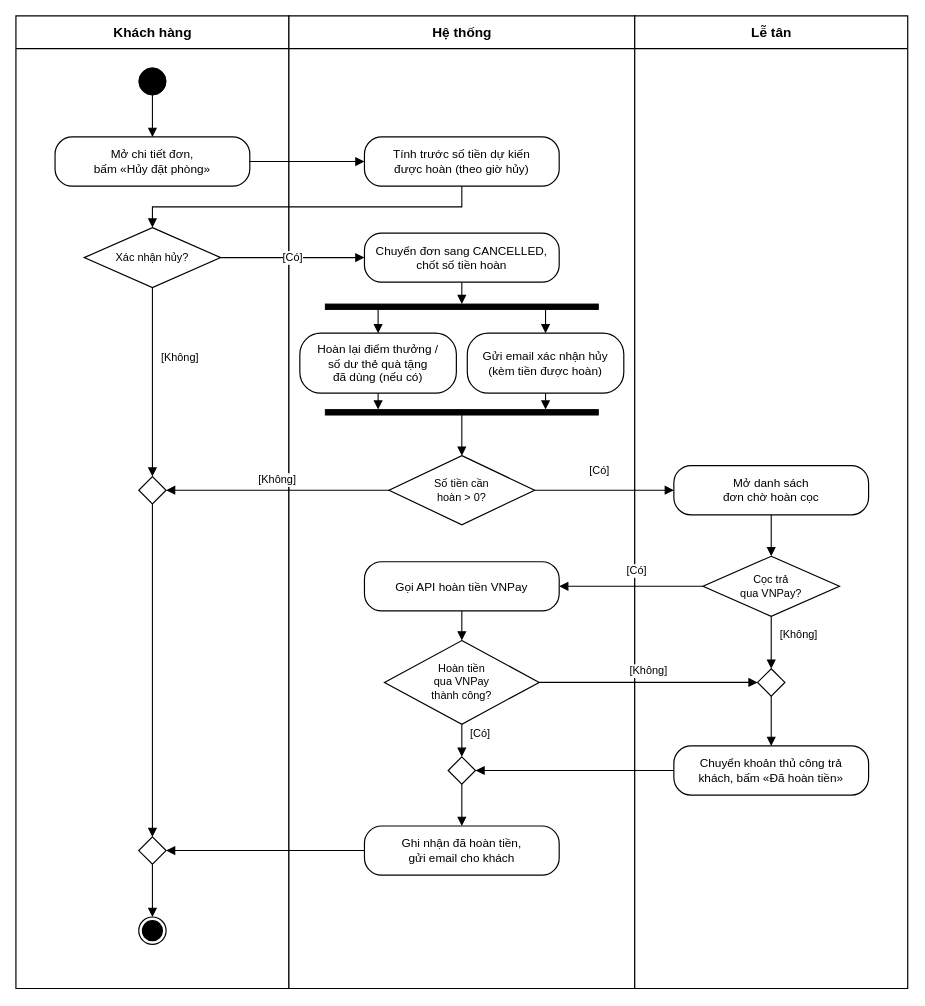
The draw.io diagram docs/thiet-ke/hd-huy-don-hoan-coc.drawio in ngynquchn2511/beach-hotel, before the edit. Source tidied: cells renumbered, new cells numbered last; positions are measured from the earlier drawing's top-left corner, leaving out a move shared by most shapes. Both pictures are drawn from the tidied source at 91%, with x=0, y=0 at pixel (15, 15).
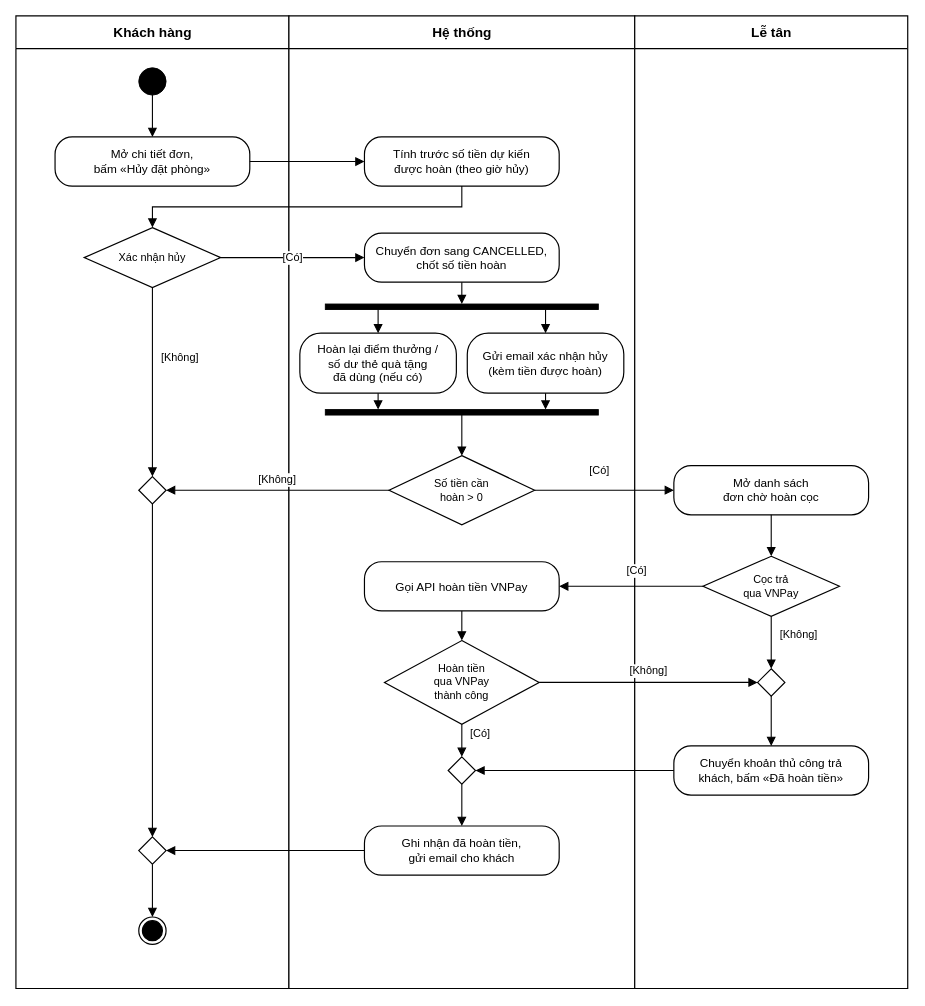
Above is the later version.

Change to the diagram source:
```diff
@@
-    <mxCell id="8" value="Xác nhận hủy?" style="fontFamily=Arial;fontColor=#000000;rhombus;whiteSpace=wrap;html=1;fillColor=#FFFFFF;strokeColor=#000000;strokeWidth=1.3;fontSize=12;" parent="1" vertex="1">
+    <mxCell id="8" value="Xác nhận hủy" style="fontFamily=Arial;fontColor=#000000;rhombus;whiteSpace=wrap;html=1;fillColor=#FFFFFF;strokeColor=#000000;strokeWidth=1.3;fontSize=12;" parent="1" vertex="1">
       <mxGeometry x="75" y="232.6" width="150" height="66" as="geometry" />
     </mxCell>
@@
-    <mxCell id="10" value="Số tiền cần&lt;br&gt;hoàn &gt; 0?" style="fontFamily=Arial;fontColor=#000000;rhombus;whiteSpace=wrap;html=1;fillColor=#FFFFFF;strokeColor=#000000;strokeWidth=1.3;fontSize=12;" parent="1" vertex="1">
+    <mxCell id="10" value="Số tiền cần&lt;br&gt;hoàn &amp;gt; 0" style="fontFamily=Arial;fontColor=#000000;rhombus;whiteSpace=wrap;html=1;fillColor=#FFFFFF;strokeColor=#000000;strokeWidth=1.3;fontSize=12;" parent="1" vertex="1">
       <mxGeometry x="410" y="483.2" width="160" height="76" as="geometry" />
     </mxCell>
@@
-    <mxCell id="13" value="Cọc trả&lt;br&gt;qua VNPay?" style="fontFamily=Arial;fontColor=#000000;rhombus;whiteSpace=wrap;html=1;fillColor=#FFFFFF;strokeColor=#000000;strokeWidth=1.3;fontSize=12;" parent="1" vertex="1">
+    <mxCell id="13" value="Cọc trả&lt;br&gt;qua VNPay" style="fontFamily=Arial;fontColor=#000000;rhombus;whiteSpace=wrap;html=1;fillColor=#FFFFFF;strokeColor=#000000;strokeWidth=1.3;fontSize=12;" parent="1" vertex="1">
       <mxGeometry x="755" y="593.8" width="150" height="66" as="geometry" />
     </mxCell>
@@
-    <mxCell id="15" value="Hoàn tiền&lt;br&gt;qua VNPay&lt;br&gt;thành công?" style="fontFamily=Arial;fontColor=#000000;rhombus;whiteSpace=wrap;html=1;fillColor=#FFFFFF;strokeColor=#000000;strokeWidth=1.3;fontSize=12;" parent="1" vertex="1">
+    <mxCell id="15" value="Hoàn tiền&lt;br&gt;qua VNPay&lt;br&gt;thành công" style="fontFamily=Arial;fontColor=#000000;rhombus;whiteSpace=wrap;html=1;fillColor=#FFFFFF;strokeColor=#000000;strokeWidth=1.3;fontSize=12;" parent="1" vertex="1">
       <mxGeometry x="405" y="686.4" width="170" height="92" as="geometry" />
     </mxCell>
```
